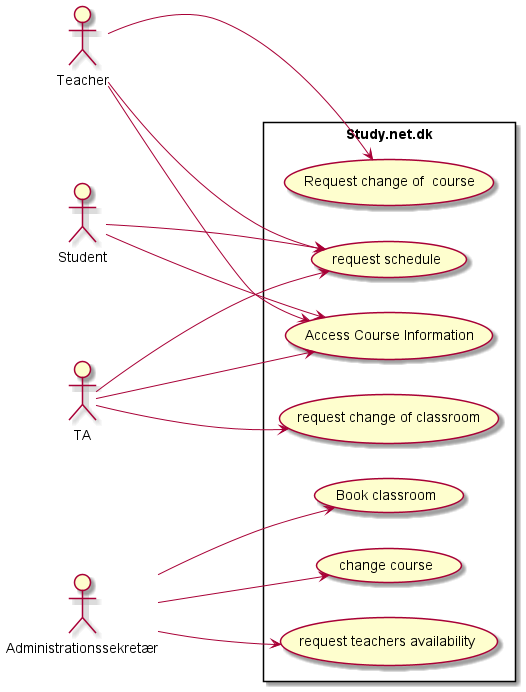
Earlier version of the PlantUML export Iteration2/Use case diagram.png (cille-pigen9/Systemudvikling-2022).
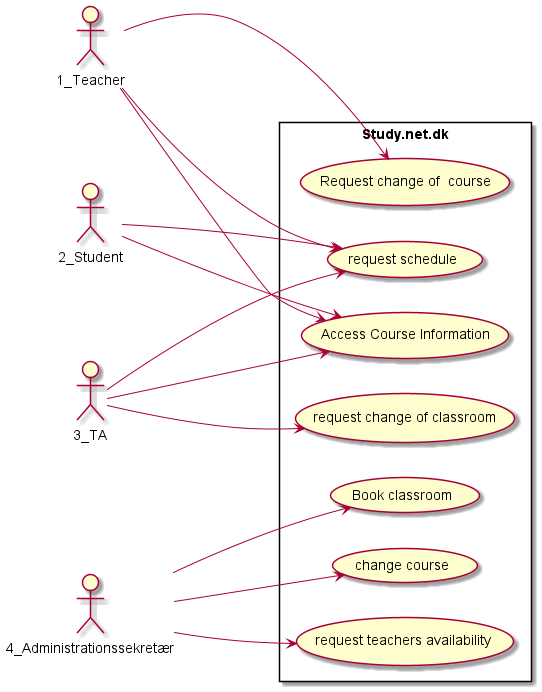
After the commit.

The edit, as a diff of the source:
```diff
@@ -1,23 +1,23 @@
 @startuml
 left to right direction
 skinparam packageStyle rectangle
-actor Teacher
-actor Student
-actor Administrationssekretær
-actor TA
+actor 1_Teacher
+actor 2_Student
+actor 4_Administrationssekretær
+actor 3_TA
 rectangle Study.net.dk {
 
-    Teacher --> (Request change of  course)
-    Teacher ---> (Access Course Information)
-    Teacher ---> (request schedule)
-    Student ---> (Access Course Information)
-    Student ---> (request schedule)
-    Administrationssekretær---> (Book classroom)
-    Administrationssekretær ---> (change course)
-    Administrationssekretær ---> (request teachers availability )
-    TA ---> (request change of classroom)
-    TA ---> (Access Course Information)
-    TA ---> (request schedule)
+    1_Teacher --> (Request change of  course)
+    1_Teacher ---> (Access Course Information)
+    1_Teacher ---> (request schedule)
+    2_Student ---> (Access Course Information)
+    2_Student ---> (request schedule)
+    4_Administrationssekretær---> (Book classroom)
+    4_Administrationssekretær ---> (change course)
+    4_Administrationssekretær ---> (request teachers availability )
+    3_TA ---> (request change of classroom)
+    3_TA ---> (Access Course Information)
+    3_TA ---> (request schedule)
 
 
 }
```
